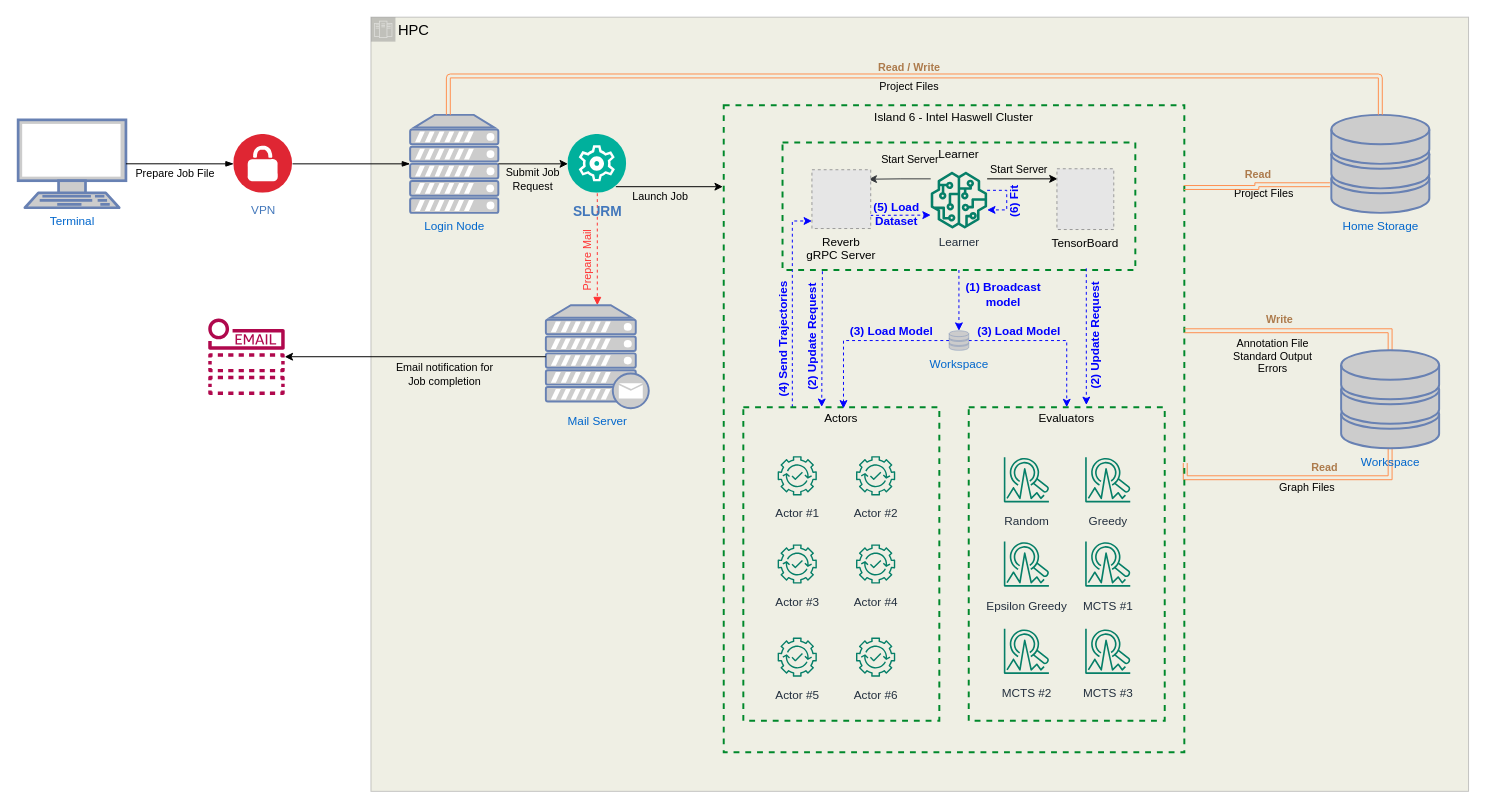
ramizouari/StochasticGames keeps this draw.io diagram as report/Figures/AlphaZero.drawio. Above is the earlier version. Source tidied: cells renumbered, new cells numbered last; positions are measured from the earlier drawing's top-left corner, leaving out a move shared by most shapes. Both pictures are drawn from the tidied source at 98%, with x=0, y=0 at pixel (18, 17). Pictures stored in the file or linked from it are replaced by grey dashed boxes.
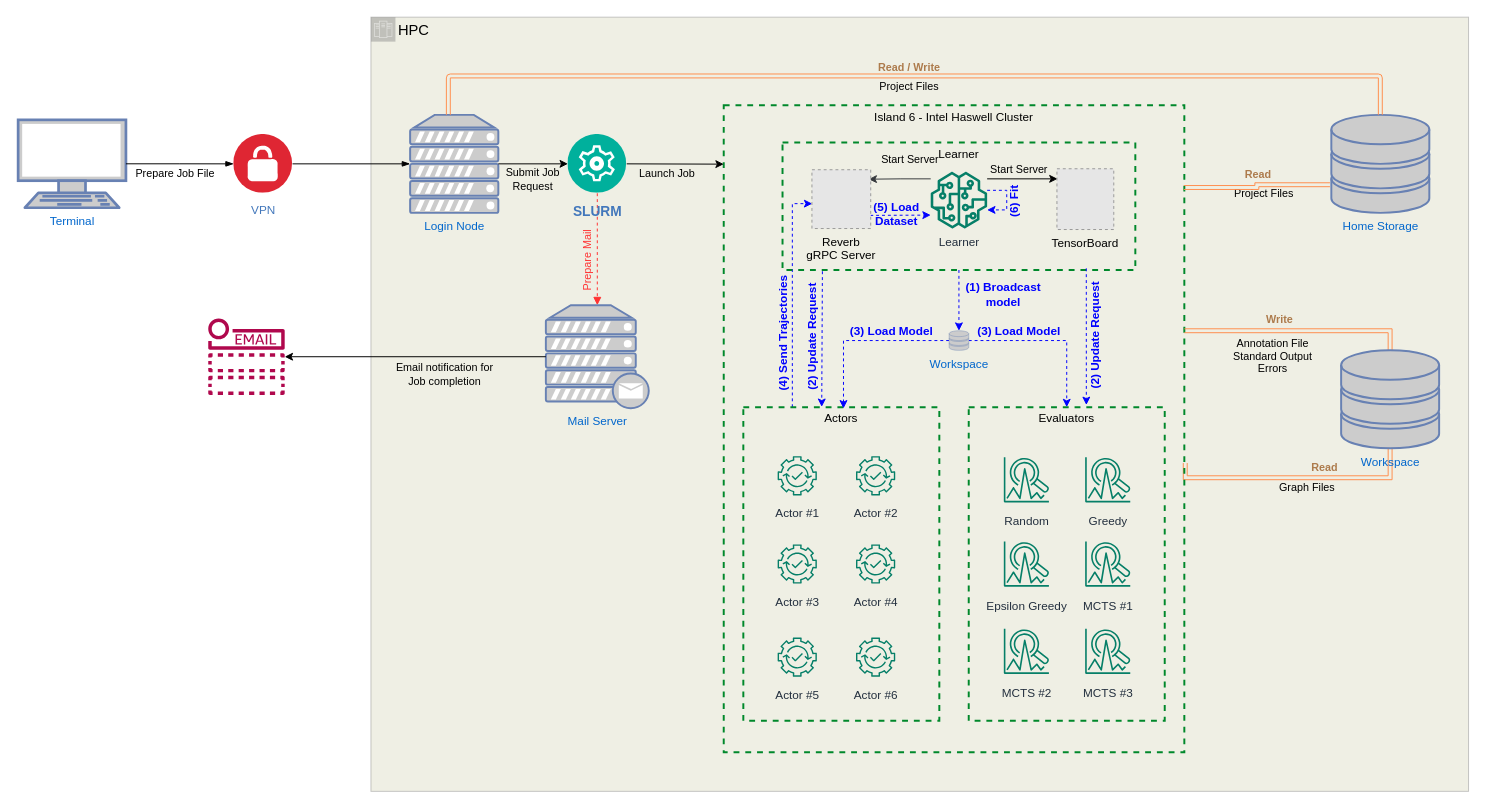
The same diagram, later.

The change refers to these unchanged cells:
```xml
<mxCell id="2" value="&lt;font style=&quot;font-size: 15px;&quot;&gt;HPC&lt;/font&gt;" style="shape=mxgraph.ibm.box;prType=zone;fontStyle=0;verticalAlign=top;align=left;spacingLeft=32;spacingTop=4;fillColor=#DFE0CA;rounded=0;whiteSpace=wrap;html=1;strokeColor=#919191;strokeWidth=1;dashed=0;spacing=-4;opacity=50;" parent="1" vertex="1">
  <mxGeometry x="360" width="1120" height="790" as="geometry" />
</mxCell>
<mxCell id="6" value="Island 6 - Intel Haswell Cluster" style="fontStyle=0;verticalAlign=top;align=center;spacingTop=-2;fillColor=none;rounded=0;whiteSpace=wrap;html=1;strokeColor=#00882B;strokeWidth=2;dashed=1;" parent="2" vertex="1">
  <mxGeometry x="360" y="90" width="470" height="660" as="geometry" />
</mxCell>
<mxCell id="16" value="Actors" style="fontStyle=0;verticalAlign=top;align=center;spacingTop=-2;fillColor=none;rounded=0;whiteSpace=wrap;html=1;strokeColor=#00882B;strokeWidth=2;dashed=1;" parent="6" vertex="1">
  <mxGeometry x="20" y="308" width="200" height="320" as="geometry" />
</mxCell>
<mxCell id="34" value="Reverb&#10;gRPC Server" style="fillColor=#E6E6E6;strokeColor=#999999;dashed=1;verticalLabelPosition=bottom;verticalAlign=top;" parent="27" vertex="1">
  <mxGeometry x="30" y="27.7" width="60" height="60" as="geometry" />
</mxCell>
<mxCell id="49" value="&lt;span style=&quot;&quot;&gt;&lt;b&gt;&lt;font style=&quot;font-size: 14px;&quot;&gt;SLURM&lt;/font&gt;&lt;/b&gt;&lt;/span&gt;" style="image;perimeter=ellipsePerimeter;html=1;align=center;shadow=0;dashed=0;fontColor=#4277BB;labelBackgroundColor=none;fontSize=12;spacingTop=3;image=img/lib/ibm/management/management.svg;labelBorderColor=none;imageBackground=none;" parent="2" vertex="1">
  <mxGeometry x="201" y="119.7" width="60" height="60" as="geometry" />
</mxCell>
```

Diff of the diagram source:
```diff
@@
-    <mxCell id="14" style="edgeStyle=orthogonalEdgeStyle;rounded=0;jettySize=auto;html=1;exitX=0.25;exitY=0;exitDx=0;exitDy=0;dashed=1;strokeColor=#0000FF;" parent="6" edge="1" source="16" target="34">
+    <mxCell id="14" style="edgeStyle=orthogonalEdgeStyle;rounded=0;jettySize=auto;html=1;exitX=0.25;exitY=0;exitDx=0;exitDy=0;dashed=1;strokeColor=#0000FF;entryX=0.006;entryY=0.577;entryDx=0;entryDy=0;entryPerimeter=0;" parent="6" edge="1" source="16" target="34">
       <mxGeometry relative="1" as="geometry">
         <Array as="points">
-          <mxPoint x="70" y="118" />
+          <mxPoint x="70" y="100" />
         </Array>
       </mxGeometry>
     </mxCell>
@@
-    <mxCell id="45" style="edgeStyle=elbowEdgeStyle;rounded=0;jettySize=auto;html=1;entryX=-0.002;entryY=0.126;entryDx=0;entryDy=0;entryPerimeter=0;elbow=vertical;" parent="2" edge="1" source="49" target="6">
-      <mxGeometry relative="1" as="geometry" />
+    <mxCell id="45" style="edgeStyle=elbowEdgeStyle;rounded=0;jettySize=auto;html=1;entryX=-0.002;entryY=0.126;entryDx=0;entryDy=0;entryPerimeter=0;elbow=vertical;exitX=1;exitY=0.5;exitDx=0;exitDy=0;" parent="2" edge="1" source="49">
+      <mxGeometry relative="1" as="geometry">
+        <mxPoint x="360" y="149.7" as="targetPoint" />
+      </mxGeometry>
     </mxCell>
```
